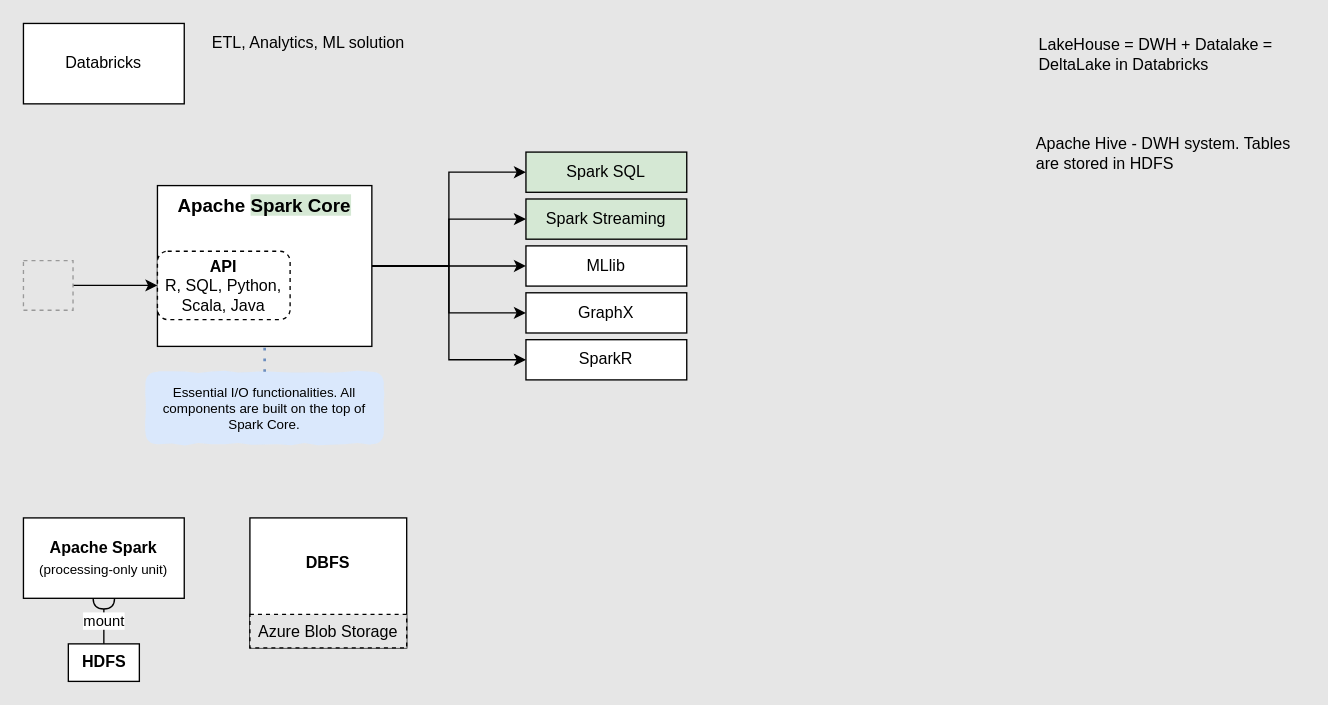
Above: Databricks.drawio in agrazh/de-diagrams (draw.io), before the change. Source tidied: cells renumbered, new cells numbered last; positions are measured from the earlier drawing's top-left corner, leaving out a move shared by most shapes. Both pictures are drawn from the tidied source at 134%, with x=0, y=0 at pixel (23, 23). Pictures stored in the file or linked from it are replaced by grey dashed boxes.
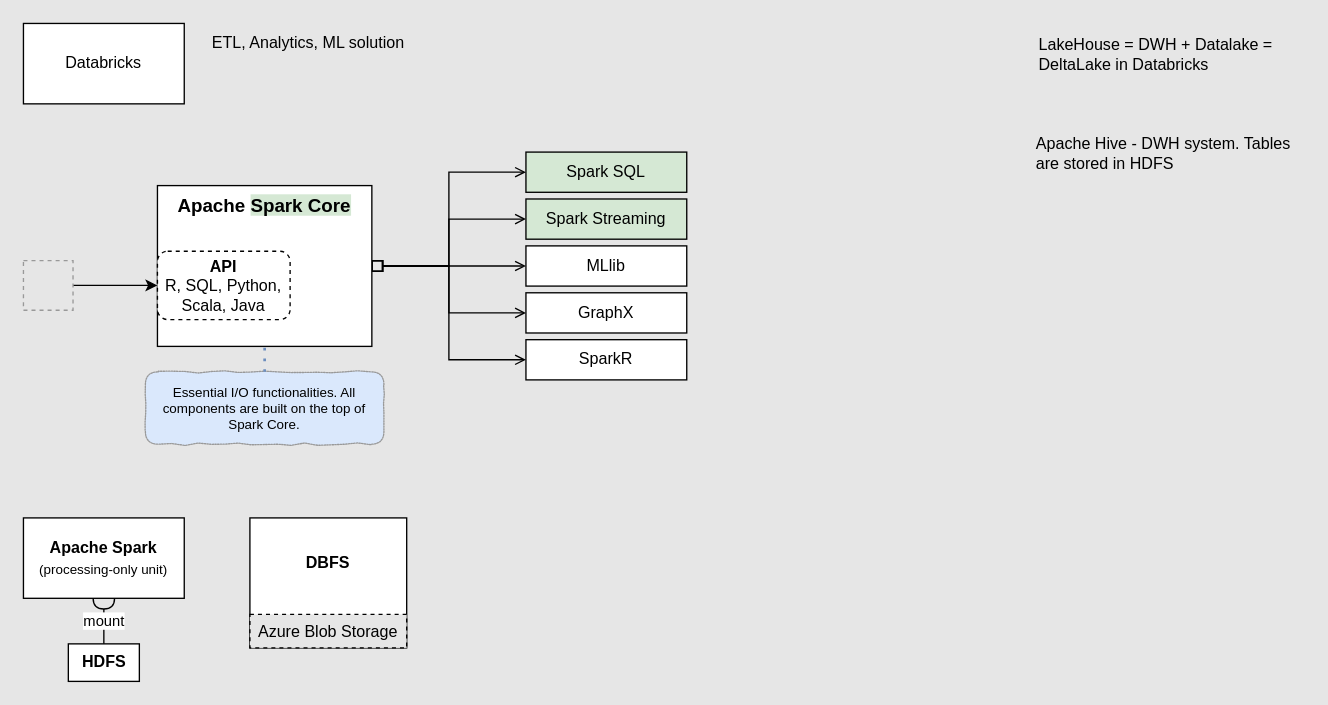
The same diagram, later.

Unchanged cells that the change refers to:
```xml
<mxCell id="12" value="Spark SQL" style="rounded=0;whiteSpace=wrap;html=1;glass=0;shadow=0;gradientColor=none;fillStyle=solid;fillColor=#D5E8D4;" parent="1" vertex="1">
  <mxGeometry x="375" y="96" width="120" height="30" as="geometry" />
</mxCell>
<mxCell id="13" value="Spark Streaming" style="rounded=0;whiteSpace=wrap;html=1;fillColor=#D5E8D4;" parent="1" vertex="1">
  <mxGeometry x="375" y="131" width="120" height="30" as="geometry" />
</mxCell>
<mxCell id="14" value="MLlib" style="rounded=0;whiteSpace=wrap;html=1;" parent="1" vertex="1">
  <mxGeometry x="375" y="166" width="120" height="30" as="geometry" />
</mxCell>
<mxCell id="15" value="SparkR" style="rounded=0;whiteSpace=wrap;html=1;" parent="1" vertex="1">
  <mxGeometry x="375" y="236" width="120" height="30" as="geometry" />
</mxCell>
<mxCell id="17" value="&lt;font size=&quot;1&quot;&gt;&lt;b style=&quot;font-size: 14px;&quot;&gt;Apache &lt;span style=&quot;background-color: rgb(213, 232, 212);&quot;&gt;Spark Core&lt;/span&gt;&lt;/b&gt;&lt;/font&gt;" style="rounded=0;whiteSpace=wrap;html=1;verticalAlign=top;" parent="16" vertex="1">
  <mxGeometry width="160" height="120" as="geometry" />
</mxCell>
<mxCell id="22" value="GraphX" style="rounded=0;whiteSpace=wrap;html=1;" parent="1" vertex="1">
  <mxGeometry x="375" y="201" width="120" height="30" as="geometry" />
</mxCell>
```

Change to the diagram source:
```diff
@@
-    <mxCell id="5" style="edgeStyle=orthogonalEdgeStyle;rounded=0;jettySize=auto;html=1;exitX=1;exitY=0.5;exitDx=0;exitDy=0;entryX=0;entryY=0.5;entryDx=0;entryDy=0;" parent="1" edge="1" source="17" target="12">
+    <mxCell id="5" style="edgeStyle=orthogonalEdgeStyle;rounded=0;jettySize=auto;html=1;exitX=1;exitY=0.5;exitDx=0;exitDy=0;entryX=0;entryY=0.5;entryDx=0;entryDy=0;startArrow=box;startFill=0;endArrow=open;endFill=0;comic=0;" parent="1" edge="1" source="17" target="12">
       <mxGeometry relative="1" as="geometry" />
     </mxCell>
-    <mxCell id="6" style="edgeStyle=orthogonalEdgeStyle;rounded=0;jettySize=auto;html=1;exitX=1;exitY=0.5;exitDx=0;exitDy=0;entryX=0;entryY=0.5;entryDx=0;entryDy=0;" parent="1" edge="1" source="17" target="13">
+    <mxCell id="6" style="edgeStyle=orthogonalEdgeStyle;rounded=0;jettySize=auto;html=1;exitX=1;exitY=0.5;exitDx=0;exitDy=0;entryX=0;entryY=0.5;entryDx=0;entryDy=0;endArrow=open;startArrow=box;startFill=0;endFill=0;comic=0;" parent="1" edge="1" source="17" target="13">
       <mxGeometry relative="1" as="geometry" />
     </mxCell>
-    <mxCell id="7" style="edgeStyle=orthogonalEdgeStyle;rounded=0;jettySize=auto;html=1;exitX=1;exitY=0.5;exitDx=0;exitDy=0;entryX=0;entryY=0.5;entryDx=0;entryDy=0;" parent="1" edge="1" source="17" target="14">
+    <mxCell id="7" style="edgeStyle=orthogonalEdgeStyle;rounded=0;jettySize=auto;html=1;exitX=1;exitY=0.5;exitDx=0;exitDy=0;entryX=0;entryY=0.5;entryDx=0;entryDy=0;endArrow=open;startArrow=box;startFill=0;endFill=0;comic=0;" parent="1" edge="1" source="17" target="14">
       <mxGeometry relative="1" as="geometry" />
     </mxCell>
-    <mxCell id="8" style="edgeStyle=orthogonalEdgeStyle;rounded=0;jettySize=auto;html=1;exitX=1;exitY=0.5;exitDx=0;exitDy=0;entryX=0;entryY=0.5;entryDx=0;entryDy=0;" parent="1" edge="1" source="17" target="22">
+    <mxCell id="8" style="edgeStyle=orthogonalEdgeStyle;rounded=0;jettySize=auto;html=1;exitX=1;exitY=0.5;exitDx=0;exitDy=0;entryX=0;entryY=0.5;entryDx=0;entryDy=0;endArrow=open;startArrow=box;startFill=0;endFill=0;comic=0;" parent="1" edge="1" source="17" target="22">
       <mxGeometry relative="1" as="geometry" />
     </mxCell>
-    <mxCell id="9" style="edgeStyle=orthogonalEdgeStyle;rounded=0;jettySize=auto;html=1;exitX=1;exitY=0.5;exitDx=0;exitDy=0;entryX=0;entryY=0.5;entryDx=0;entryDy=0;" parent="1" edge="1" source="17" target="15">
+    <mxCell id="9" style="edgeStyle=orthogonalEdgeStyle;rounded=0;jettySize=auto;html=1;exitX=1;exitY=0.5;exitDx=0;exitDy=0;entryX=0;entryY=0.5;entryDx=0;entryDy=0;endArrow=open;startArrow=box;startFill=0;endFill=0;comic=0;" parent="1" edge="1" source="17" target="15">
       <mxGeometry relative="1" as="geometry" />
     </mxCell>
@@
-    <mxCell id="20" value="Essential I/O functionalities. All components are built on the top of Spark Core." style="text;html=1;strokeColor=none;fillColor=#dae8fc;align=center;verticalAlign=middle;whiteSpace=wrap;rounded=1;labelBorderColor=none;glass=0;fontSize=10;comic=1;absoluteArcSize=0;arcSize=18;" parent="1" vertex="1">
+    <mxCell id="20" value="Essential I/O functionalities. All components are built on the top of Spark Core." style="text;html=1;strokeColor=#999999;fillColor=#dae8fc;align=center;verticalAlign=middle;whiteSpace=wrap;rounded=1;labelBorderColor=none;glass=0;fontSize=10;comic=1;absoluteArcSize=0;arcSize=18;dashed=1;dashPattern=1 1;imageAspect=1;" parent="1" vertex="1">
       <mxGeometry x="91" y="260" width="178" height="54" as="geometry" />
     </mxCell>
```
